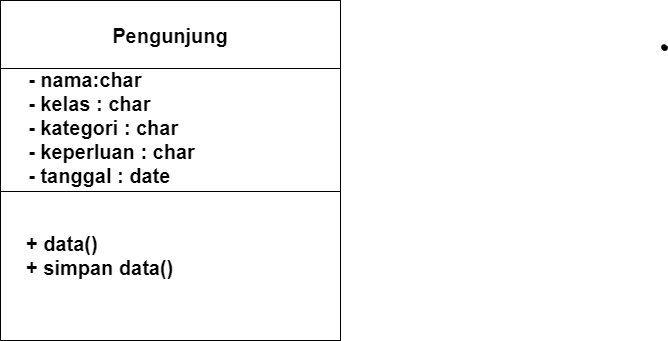
yydaaa/perpus_digital keeps this draw.io diagram as diagram-perpus-digital.drawio.png. Above is the earlier version. Source tidied: cells renumbered, new cells last; positions are measured from the earlier drawing's top-left corner, leaving out a move shared by most shapes. Source of this version:
```xml
<mxGraphModel>
  <root>
    <mxCell id="0" />
    <mxCell id="1" parent="0" />
    <mxCell id="2" style="whiteSpace=wrap;html=1;" parent="1" vertex="1">
      <mxGeometry width="340" height="340" as="geometry" />
    </mxCell>
    <mxCell id="3" style="endArrow=none;html=1;rounded=0;exitX=0;exitY=0.25;exitDx=0;exitDy=0;entryX=1;entryY=0.25;entryDx=0;entryDy=0;" parent="1" edge="1">
      <mxGeometry relative="1" as="geometry">
        <mxPoint y="68" as="sourcePoint" />
        <mxPoint x="340" y="68" as="targetPoint" />
      </mxGeometry>
    </mxCell>
    <mxCell id="4" value="&lt;font style=&quot;font-size: 20px;&quot;&gt;&lt;b&gt;Pengunjung&lt;/b&gt;&lt;/font&gt;" style="text;html=1;strokeColor=none;fillColor=none;align=center;verticalAlign=middle;whiteSpace=wrap;rounded=0;" parent="1" vertex="1">
      <mxGeometry x="140" y="20" width="60" height="30" as="geometry" />
    </mxCell>
    <mxCell id="5" style="endArrow=none;html=1;rounded=0;exitX=0;exitY=0.25;exitDx=0;exitDy=0;entryX=1;entryY=0.25;entryDx=0;entryDy=0;" parent="1" edge="1">
      <mxGeometry relative="1" as="geometry">
        <mxPoint y="191" as="sourcePoint" />
        <mxPoint x="340" y="191" as="targetPoint" />
      </mxGeometry>
    </mxCell>
    <mxCell id="6" value="&lt;div style=&quot;text-align: left;&quot;&gt;&lt;span style=&quot;font-size: 20px; background-color: initial;&quot;&gt;&lt;b&gt;- nama:char&lt;/b&gt;&lt;/span&gt;&lt;/div&gt;&lt;div style=&quot;text-align: left;&quot;&gt;&lt;span style=&quot;font-size: 20px; background-color: initial;&quot;&gt;&lt;b&gt;- kelas : char&lt;/b&gt;&lt;/span&gt;&lt;/div&gt;&lt;span style=&quot;font-size: 20px;&quot;&gt;&lt;b&gt;&lt;div style=&quot;text-align: left;&quot;&gt;&lt;span style=&quot;background-color: initial;&quot;&gt;- kategori : char&lt;/span&gt;&lt;/div&gt;&lt;div style=&quot;text-align: left;&quot;&gt;&lt;span style=&quot;background-color: initial;&quot;&gt;- keperluan : char&lt;/span&gt;&lt;/div&gt;&lt;div style=&quot;text-align: left;&quot;&gt;&lt;span style=&quot;background-color: initial;&quot;&gt;- tanggal : date&lt;/span&gt;&lt;/div&gt;&lt;/b&gt;&lt;/span&gt;" style="text;html=1;strokeColor=none;fillColor=none;align=center;verticalAlign=middle;whiteSpace=wrap;rounded=0;" parent="1" vertex="1">
      <mxGeometry x="10" y="112" width="203" height="30" as="geometry" />
    </mxCell>
    <mxCell id="7" value="&lt;span style=&quot;font-size: 20px;&quot;&gt;&lt;b&gt;+ data()&lt;br&gt;&lt;div style=&quot;&quot;&gt;&lt;span style=&quot;background-color: initial;&quot;&gt;+ simpan data()&lt;/span&gt;&lt;/div&gt;&lt;/b&gt;&lt;/span&gt;" style="text;html=1;strokeColor=none;fillColor=none;align=left;verticalAlign=middle;whiteSpace=wrap;rounded=0;" parent="1" vertex="1">
      <mxGeometry x="24" y="240" width="203" height="30" as="geometry" />
    </mxCell>
    <mxCell id="8" style="shape=(stored shape, 640 characters);lineShape=1;" parent="1" vertex="1">
      <mxGeometry x="661.2" y="44.2" width="5.5" height="5.5" as="geometry" />
    </mxCell>
  </root>
</mxGraphModel>
```
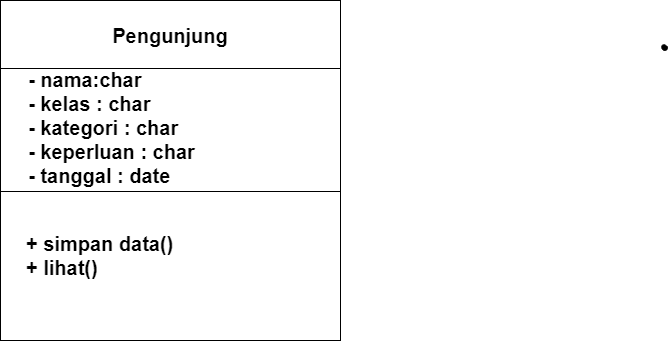
Above is the later version.

What changed in the source:
```diff
@@ -23,7 +23,7 @@
     <mxCell id="6" value="&lt;div style=&quot;text-align: left;&quot;&gt;&lt;span style=&quot;font-size: 20px; background-color: initial;&quot;&gt;&lt;b&gt;- nama:char&lt;/b&gt;&lt;/span&gt;&lt;/div&gt;&lt;div style=&quot;text-align: left;&quot;&gt;&lt;span style=&quot;font-size: 20px; background-color: initial;&quot;&gt;&lt;b&gt;- kelas : char&lt;/b&gt;&lt;/span&gt;&lt;/div&gt;&lt;span style=&quot;font-size: 20px;&quot;&gt;&lt;b&gt;&lt;div style=&quot;text-align: left;&quot;&gt;&lt;span style=&quot;background-color: initial;&quot;&gt;- kategori : char&lt;/span&gt;&lt;/div&gt;&lt;div style=&quot;text-align: left;&quot;&gt;&lt;span style=&quot;background-color: initial;&quot;&gt;- keperluan : char&lt;/span&gt;&lt;/div&gt;&lt;div style=&quot;text-align: left;&quot;&gt;&lt;span style=&quot;background-color: initial;&quot;&gt;- tanggal : date&lt;/span&gt;&lt;/div&gt;&lt;/b&gt;&lt;/span&gt;" style="text;html=1;strokeColor=none;fillColor=none;align=center;verticalAlign=middle;whiteSpace=wrap;rounded=0;" parent="1" vertex="1">
       <mxGeometry x="10" y="112" width="203" height="30" as="geometry" />
     </mxCell>
-    <mxCell id="7" value="&lt;span style=&quot;font-size: 20px;&quot;&gt;&lt;b&gt;+ data()&lt;br&gt;&lt;div style=&quot;&quot;&gt;&lt;span style=&quot;background-color: initial;&quot;&gt;+ simpan data()&lt;/span&gt;&lt;/div&gt;&lt;/b&gt;&lt;/span&gt;" style="text;html=1;strokeColor=none;fillColor=none;align=left;verticalAlign=middle;whiteSpace=wrap;rounded=0;" parent="1" vertex="1">
+    <mxCell id="7" value="&lt;span style=&quot;background-color: initial; font-weight: bold; font-size: 20px;&quot;&gt;+ simpan data()&lt;br&gt;&lt;/span&gt;&lt;span style=&quot;font-size: 20px;&quot;&gt;&lt;b&gt;+ lihat()&lt;br&gt;&lt;/b&gt;&lt;/span&gt;" style="text;html=1;strokeColor=none;fillColor=none;align=left;verticalAlign=middle;whiteSpace=wrap;rounded=0;" parent="1" vertex="1">
       <mxGeometry x="24" y="240" width="203" height="30" as="geometry" />
     </mxCell>
     <mxCell id="8" style="shape=(stored shape, 640 characters);lineShape=1;" parent="1" vertex="1">
```
